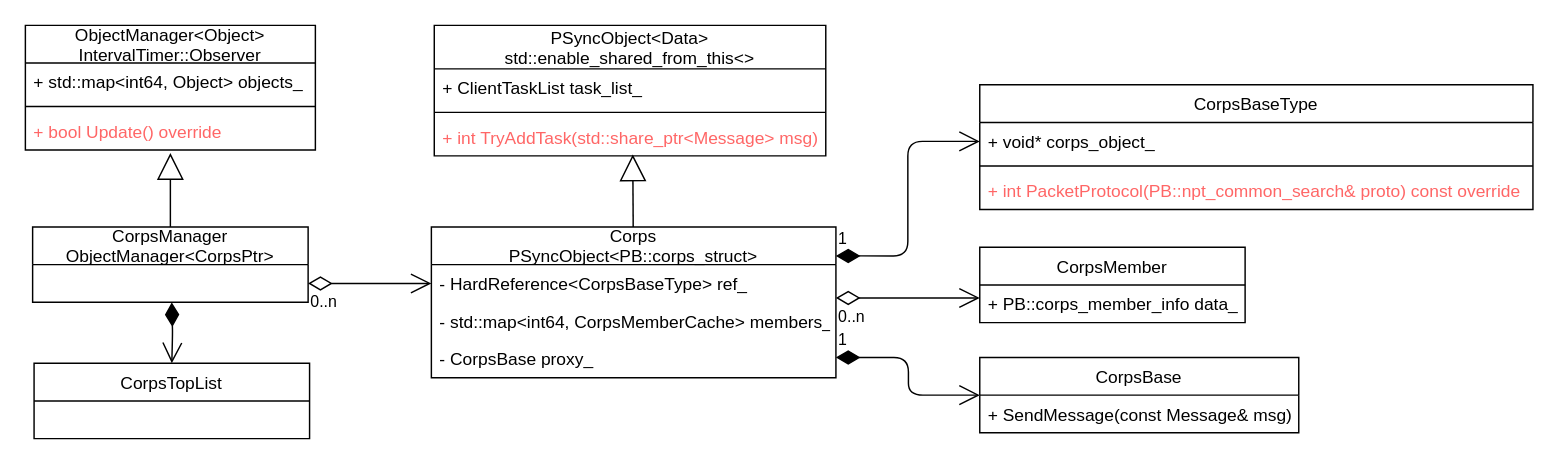
This is page "Page-2" (2 of 4) of Untitled Diagram.drawio from hsoul/lqua, a draw.io file, before an edit. Source tidied: cells renumbered, new cells numbered last; positions are measured from the earlier drawing's top-left corner, leaving out a move shared by most shapes. Both pictures are drawn from the tidied source at 145%, with x=0, y=0 at pixel (25, 25).
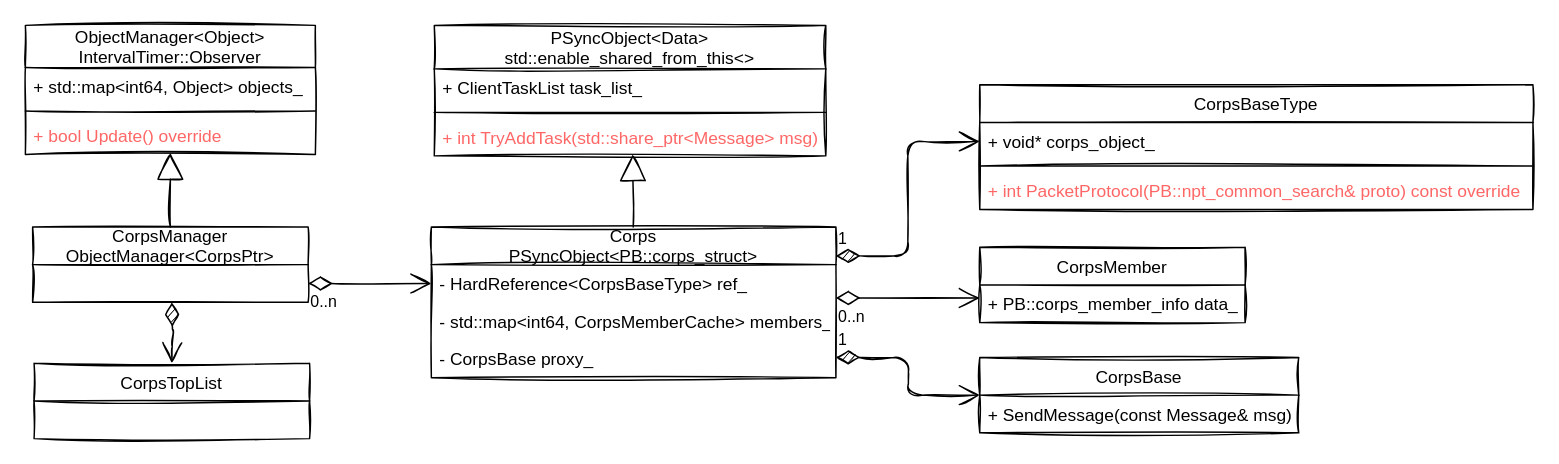
The same page after the edit.

Diff of the diagram source:
```diff
@@
-    <mxCell id="2" value="Corps&#10;PSyncObject&lt;PB::corps_struct&gt;" style="swimlane;fontStyle=0;horizontal=1;startSize=26;fillColor=none;shadow=0;fontFamily=Helvetica;fontSize=12;align=center;" parent="1" vertex="1">
+    <mxCell id="2" value="Corps&#10;PSyncObject&lt;PB::corps_struct&gt;" style="swimlane;fontStyle=0;horizontal=1;startSize=26;fillColor=none;shadow=0;fontFamily=Helvetica;fontSize=12;align=center;sketch=1;" parent="1" vertex="1">
       <mxGeometry x="280" y="139" width="279" height="104" as="geometry" />
     </mxCell>
-    <mxCell id="3" value="- HardReference&lt;CorpsBaseType&gt; ref_" style="text;strokeColor=none;fillColor=none;align=left;verticalAlign=top;spacingLeft=4;spacingRight=4;overflow=hidden;fontColor=#000000;" parent="2" vertex="1">
+    <mxCell id="3" value="- HardReference&lt;CorpsBaseType&gt; ref_" style="text;strokeColor=none;fillColor=none;align=left;verticalAlign=top;spacingLeft=4;spacingRight=4;overflow=hidden;fontColor=#000000;sketch=1;" parent="2" vertex="1">
       <mxGeometry y="26" width="279" height="26" as="geometry" />
     </mxCell>
-    <mxCell id="4" value="- std::map&lt;int64, CorpsMemberCache&gt; members_" style="text;strokeColor=none;fillColor=none;align=left;verticalAlign=top;spacingLeft=4;spacingRight=4;overflow=hidden;fontColor=#000000;" parent="2" vertex="1">
+    <mxCell id="4" value="- std::map&lt;int64, CorpsMemberCache&gt; members_" style="text;strokeColor=none;fillColor=none;align=left;verticalAlign=top;spacingLeft=4;spacingRight=4;overflow=hidden;fontColor=#000000;sketch=1;" parent="2" vertex="1">
       <mxGeometry y="52" width="279" height="26" as="geometry" />
     </mxCell>
-    <mxCell id="5" value="- CorpsBase proxy_" style="text;strokeColor=none;fillColor=none;align=left;verticalAlign=top;spacingLeft=4;spacingRight=4;overflow=hidden;fontColor=#000000;" parent="2" vertex="1">
+    <mxCell id="5" value="- CorpsBase proxy_" style="text;strokeColor=none;fillColor=none;align=left;verticalAlign=top;spacingLeft=4;spacingRight=4;overflow=hidden;fontColor=#000000;sketch=1;" parent="2" vertex="1">
       <mxGeometry y="78" width="279" height="26" as="geometry" />
     </mxCell>
-    <mxCell id="6" value="PSyncObject&lt;Data&gt;&#10;std::enable_shared_from_this&lt;&gt;" style="swimlane;fontStyle=0;horizontal=1;startSize=30;shadow=0;fontFamily=Helvetica;fontSize=12;align=center;" parent="1" vertex="1">
+    <mxCell id="6" value="PSyncObject&lt;Data&gt;&#10;std::enable_shared_from_this&lt;&gt;" style="swimlane;fontStyle=0;horizontal=1;startSize=30;shadow=0;fontFamily=Helvetica;fontSize=12;align=center;sketch=1;" parent="1" vertex="1">
       <mxGeometry x="282" width="270" height="90" as="geometry" />
     </mxCell>
-    <mxCell id="7" value="+ ClientTaskList task_list_" style="text;strokeColor=none;fillColor=none;align=left;verticalAlign=top;spacingLeft=4;spacingRight=4;overflow=hidden;" parent="6" vertex="1">
+    <mxCell id="7" value="+ ClientTaskList task_list_" style="text;strokeColor=none;fillColor=none;align=left;verticalAlign=top;spacingLeft=4;spacingRight=4;overflow=hidden;sketch=1;" parent="6" vertex="1">
       <mxGeometry y="30" width="270" height="26" as="geometry" />
     </mxCell>
-    <mxCell id="8" style="line;strokeWidth=1;fillColor=none;align=left;verticalAlign=middle;spacingTop=-1;spacingLeft=3;spacingRight=3;labelPosition=right;fontColor=#000000;" parent="6" vertex="1">
+    <mxCell id="8" style="line;strokeWidth=1;fillColor=none;align=left;verticalAlign=middle;spacingTop=-1;spacingLeft=3;spacingRight=3;labelPosition=right;fontColor=#000000;sketch=1;" parent="6" vertex="1">
       <mxGeometry y="56" width="270" height="8" as="geometry" />
     </mxCell>
-    <mxCell id="9" value="+ int TryAddTask(std::share_ptr&lt;Message&gt; msg)" style="text;strokeColor=none;fillColor=none;align=left;verticalAlign=top;spacingLeft=4;spacingRight=4;overflow=hidden;points=[[0,0.5],[1,0.5]];portConstraint=eastwest;fontColor=#FF6666;" parent="6" vertex="1">
+    <mxCell id="9" value="+ int TryAddTask(std::share_ptr&lt;Message&gt; msg)" style="text;strokeColor=none;fillColor=none;align=left;verticalAlign=top;spacingLeft=4;spacingRight=4;overflow=hidden;points=[[0,0.5],[1,0.5]];portConstraint=eastwest;fontColor=#FF6666;sketch=1;" parent="6" vertex="1">
       <mxGeometry y="64" width="270" height="26" as="geometry" />
     </mxCell>
-    <mxCell id="10" value="CorpsManager&#10;ObjectManager&lt;CorpsPtr&gt;" style="swimlane;fontStyle=0;horizontal=1;startSize=26;fillColor=none;shadow=0;fontFamily=Helvetica;fontSize=12;align=center;" parent="1" vertex="1">
+    <mxCell id="10" value="CorpsManager&#10;ObjectManager&lt;CorpsPtr&gt;" style="swimlane;fontStyle=0;horizontal=1;startSize=26;fillColor=none;shadow=0;fontFamily=Helvetica;fontSize=12;align=center;sketch=1;" parent="1" vertex="1">
       <mxGeometry x="5" y="139" width="190" height="52" as="geometry" />
     </mxCell>
-    <mxCell id="11" value="CorpsBaseType" style="swimlane;fontStyle=0;horizontal=1;startSize=26;fillColor=none;shadow=0;fontFamily=Helvetica;fontSize=12;align=center;" parent="1" vertex="1">
+    <mxCell id="11" value="CorpsBaseType" style="swimlane;fontStyle=0;horizontal=1;startSize=26;fillColor=none;shadow=0;fontFamily=Helvetica;fontSize=12;align=center;sketch=1;" parent="1" vertex="1">
       <mxGeometry x="658.2" y="41" width="381.5" height="86" as="geometry" />
     </mxCell>
-    <mxCell id="12" value="+ void* corps_object_" style="text;strokeColor=none;fillColor=none;align=left;verticalAlign=top;spacingLeft=4;spacingRight=4;overflow=hidden;points=[[0,0.5],[1,0.5]];portConstraint=eastwest;fontColor=#000000;" parent="11" vertex="1">
+    <mxCell id="12" value="+ void* corps_object_" style="text;strokeColor=none;fillColor=none;align=left;verticalAlign=top;spacingLeft=4;spacingRight=4;overflow=hidden;points=[[0,0.5],[1,0.5]];portConstraint=eastwest;fontColor=#000000;sketch=1;" parent="11" vertex="1">
       <mxGeometry y="26" width="381.5" height="26" as="geometry" />
     </mxCell>
-    <mxCell id="13" style="line;strokeWidth=1;fillColor=none;align=left;verticalAlign=middle;spacingTop=-1;spacingLeft=3;spacingRight=3;labelPosition=right;fontColor=#000000;" parent="11" vertex="1">
+    <mxCell id="13" style="line;strokeWidth=1;fillColor=none;align=left;verticalAlign=middle;spacingTop=-1;spacingLeft=3;spacingRight=3;labelPosition=right;fontColor=#000000;sketch=1;" parent="11" vertex="1">
       <mxGeometry y="52" width="381.5" height="8" as="geometry" />
     </mxCell>
-    <mxCell id="14" value="+ int PacketProtocol(PB::npt_common_search&amp; proto) const override" style="text;strokeColor=none;fillColor=none;align=left;verticalAlign=top;spacingLeft=4;spacingRight=4;overflow=hidden;fontColor=#FF6666;" parent="11" vertex="1">
+    <mxCell id="14" value="+ int PacketProtocol(PB::npt_common_search&amp; proto) const override" style="text;strokeColor=none;fillColor=none;align=left;verticalAlign=top;spacingLeft=4;spacingRight=4;overflow=hidden;fontColor=#FF6666;sketch=1;" parent="11" vertex="1">
       <mxGeometry y="60" width="381.5" height="26" as="geometry" />
     </mxCell>
-    <mxCell id="15" value="CorpsBase" style="swimlane;fontStyle=0;horizontal=1;startSize=26;fillColor=none;shadow=0;fontFamily=Helvetica;fontSize=12;align=center;" parent="1" vertex="1">
+    <mxCell id="15" value="CorpsBase" style="swimlane;fontStyle=0;horizontal=1;startSize=26;fillColor=none;shadow=0;fontFamily=Helvetica;fontSize=12;align=center;sketch=1;" parent="1" vertex="1">
       <mxGeometry x="658.2" y="229" width="220" height="52" as="geometry" />
     </mxCell>
-    <mxCell id="16" value="+ SendMessage(const Message&amp; msg)" style="text;strokeColor=none;fillColor=none;align=left;verticalAlign=top;spacingLeft=4;spacingRight=4;overflow=hidden;fontColor=#000000;" parent="15" vertex="1">
+    <mxCell id="16" value="+ SendMessage(const Message&amp; msg)" style="text;strokeColor=none;fillColor=none;align=left;verticalAlign=top;spacingLeft=4;spacingRight=4;overflow=hidden;fontColor=#000000;sketch=1;" parent="15" vertex="1">
       <mxGeometry y="26" width="220" height="26" as="geometry" />
     </mxCell>
-    <mxCell id="17" value="CorpsMember" style="swimlane;fontStyle=0;horizontal=1;startSize=26;fillColor=none;shadow=0;fontFamily=Helvetica;fontSize=12;align=center;" parent="1" vertex="1">
+    <mxCell id="17" value="CorpsMember" style="swimlane;fontStyle=0;horizontal=1;startSize=26;fillColor=none;shadow=0;fontFamily=Helvetica;fontSize=12;align=center;sketch=1;" parent="1" vertex="1">
       <mxGeometry x="658.2" y="153" width="183" height="52" as="geometry" />
     </mxCell>
-    <mxCell id="18" value="+ PB::corps_member_info data_" style="text;strokeColor=none;fillColor=none;align=left;verticalAlign=top;spacingLeft=4;spacingRight=4;overflow=hidden;fontColor=#000000;" parent="17" vertex="1">
+    <mxCell id="18" value="+ PB::corps_member_info data_" style="text;strokeColor=none;fillColor=none;align=left;verticalAlign=top;spacingLeft=4;spacingRight=4;overflow=hidden;fontColor=#000000;sketch=1;" parent="17" vertex="1">
       <mxGeometry y="26" width="183" height="26" as="geometry" />
     </mxCell>
-    <mxCell id="19" value="ObjectManager&lt;Object&gt;&#10;IntervalTimer::Observer" style="swimlane;fontStyle=0;horizontal=1;startSize=26;fillColor=none;shadow=0;fontFamily=Helvetica;fontSize=12;align=center;" parent="1" vertex="1">
-      <mxGeometry width="200" height="86" as="geometry" />
+    <mxCell id="19" value="ObjectManager&lt;Object&gt;&#10;IntervalTimer::Observer" style="swimlane;fontStyle=0;horizontal=1;startSize=29;fillColor=none;shadow=0;fontFamily=Helvetica;fontSize=12;align=center;sketch=1;" parent="1" vertex="1">
+      <mxGeometry width="200" height="89" as="geometry" />
     </mxCell>
-    <mxCell id="20" value="+ std::map&lt;int64, Object&gt; objects_" style="text;strokeColor=none;fillColor=none;align=left;verticalAlign=top;spacingLeft=4;spacingRight=4;overflow=hidden;" parent="19" vertex="1">
-      <mxGeometry y="26" width="200" height="26" as="geometry" />
+    <mxCell id="20" value="+ std::map&lt;int64, Object&gt; objects_" style="text;strokeColor=none;fillColor=none;align=left;verticalAlign=top;spacingLeft=4;spacingRight=4;overflow=hidden;sketch=1;" parent="19" vertex="1">
+      <mxGeometry y="29" width="200" height="26" as="geometry" />
     </mxCell>
-    <mxCell id="21" style="line;strokeWidth=1;fillColor=none;align=left;verticalAlign=middle;spacingTop=-1;spacingLeft=3;spacingRight=3;labelPosition=right;" parent="19" vertex="1">
-      <mxGeometry y="52" width="200" height="8" as="geometry" />
+    <mxCell id="21" style="line;strokeWidth=1;fillColor=none;align=left;verticalAlign=middle;spacingTop=-1;spacingLeft=3;spacingRight=3;labelPosition=right;sketch=1;" parent="19" vertex="1">
+      <mxGeometry y="55" width="200" height="8" as="geometry" />
     </mxCell>
-    <mxCell id="22" value="+ bool Update() override" style="text;strokeColor=none;fillColor=none;align=left;verticalAlign=top;spacingLeft=4;spacingRight=4;overflow=hidden;fontColor=#FF6666;" parent="19" vertex="1">
-      <mxGeometry y="60" width="200" height="26" as="geometry" />
+    <mxCell id="22" value="+ bool Update() override" style="text;strokeColor=none;fillColor=none;align=left;verticalAlign=top;spacingLeft=4;spacingRight=4;overflow=hidden;fontColor=#FF6666;sketch=1;" parent="19" vertex="1">
+      <mxGeometry y="63" width="200" height="26" as="geometry" />
     </mxCell>
-    <mxCell id="23" style="endArrow=block;endSize=16;endFill=0;html=1;exitX=0.5;exitY=0;exitDx=0;exitDy=0;" parent="1" edge="1" source="10">
+    <mxCell id="23" style="endArrow=block;endSize=16;endFill=0;html=1;exitX=0.5;exitY=0;exitDx=0;exitDy=0;sketch=1;" parent="1" edge="1" source="10">
       <mxGeometry relative="1" as="geometry">
         <mxPoint x="100" y="88" as="targetPoint" />
       </mxGeometry>
     </mxCell>
-    <mxCell id="24" style="endArrow=block;endSize=16;endFill=0;html=1;entryX=0.507;entryY=0.962;entryDx=0;entryDy=0;entryPerimeter=0;" parent="1" edge="1" source="2" target="9">
+    <mxCell id="24" style="endArrow=block;endSize=16;endFill=0;html=1;entryX=0.507;entryY=0.962;entryDx=0;entryDy=0;entryPerimeter=0;sketch=1;" parent="1" edge="1" source="2" target="9">
       <mxGeometry relative="1" as="geometry" />
     </mxCell>
-    <mxCell id="25" style="endArrow=open;html=1;endSize=12;startArrow=diamondThin;startSize=14;startFill=0;edgeStyle=orthogonalEdgeStyle;exitX=1;exitY=0.5;exitDx=0;exitDy=0;entryX=0;entryY=0.5;entryDx=0;entryDy=0;" parent="1" edge="1">
+    <mxCell id="25" style="endArrow=open;html=1;endSize=12;startArrow=diamondThin;startSize=14;startFill=0;edgeStyle=orthogonalEdgeStyle;exitX=1;exitY=0.5;exitDx=0;exitDy=0;entryX=0;entryY=0.5;entryDx=0;entryDy=0;sketch=1;" parent="1" edge="1">
       <mxGeometry relative="1" as="geometry">
         <mxPoint x="195" y="178" as="sourcePoint" />
         <mxPoint x="280" y="178" as="targetPoint" />
       </mxGeometry>
     </mxCell>
-    <mxCell id="26" value="0..n" style="edgeLabel;html=1;align=left;verticalAlign=top;" parent="25" vertex="1">
+    <mxCell id="26" value="0..n" style="edgeLabel;html=1;align=left;verticalAlign=top;sketch=1;" parent="25" vertex="1">
       <mxGeometry x="-1" relative="1" as="geometry" />
     </mxCell>
-    <mxCell id="27" style="endArrow=open;html=1;endSize=12;startArrow=diamondThin;startSize=14;startFill=0;edgeStyle=orthogonalEdgeStyle;entryX=0;entryY=0.75;entryDx=0;entryDy=0;" parent="1" edge="1">
+    <mxCell id="27" style="endArrow=open;html=1;endSize=12;startArrow=diamondThin;startSize=14;startFill=0;edgeStyle=orthogonalEdgeStyle;entryX=0;entryY=0.75;entryDx=0;entryDy=0;sketch=1;" parent="1" edge="1">
       <mxGeometry relative="1" as="geometry">
         <mxPoint x="559" y="188" as="sourcePoint" />
         <mxPoint x="658.2" y="188" as="targetPoint" />
         <Array as="points">
           <mxPoint x="559" y="188" />
           <mxPoint x="559" y="188" />
         </Array>
       </mxGeometry>
     </mxCell>
-    <mxCell id="28" value="0..n" style="edgeLabel;html=1;align=left;verticalAlign=top;" parent="27" vertex="1">
+    <mxCell id="28" value="0..n" style="edgeLabel;html=1;align=left;verticalAlign=top;sketch=1;" parent="27" vertex="1">
       <mxGeometry x="-1" relative="1" as="geometry" />
     </mxCell>
-    <mxCell id="29" value="CorpsTopList" style="swimlane;fontStyle=0;horizontal=1;startSize=26;fillColor=none;shadow=0;fontFamily=Helvetica;fontSize=12;align=center;" parent="1" vertex="1">
+    <mxCell id="29" value="CorpsTopList" style="swimlane;fontStyle=0;horizontal=1;startSize=26;fillColor=none;shadow=0;fontFamily=Helvetica;fontSize=12;align=center;sketch=1;" parent="1" vertex="1">
       <mxGeometry x="6" y="233" width="190" height="52" as="geometry" />
     </mxCell>
-    <mxCell id="30" style="endArrow=open;html=1;endSize=12;startArrow=diamondThin;startSize=14;startFill=1;edgeStyle=orthogonalEdgeStyle;align=left;verticalAlign=bottom;fontColor=#000000;exitX=0.505;exitY=1;exitDx=0;exitDy=0;exitPerimeter=0;entryX=0.5;entryY=0;entryDx=0;entryDy=0;" parent="1" edge="1" target="29">
+    <mxCell id="30" style="endArrow=open;html=1;endSize=12;startArrow=diamondThin;startSize=14;startFill=1;edgeStyle=orthogonalEdgeStyle;align=left;verticalAlign=bottom;fontColor=#000000;exitX=0.505;exitY=1;exitDx=0;exitDy=0;exitPerimeter=0;entryX=0.5;entryY=0;entryDx=0;entryDy=0;sketch=1;" parent="1" edge="1" target="29">
       <mxGeometry x="-0.25" y="20" relative="1" as="geometry">
         <mxPoint x="101" y="191" as="sourcePoint" />
       </mxGeometry>
     </mxCell>
-    <mxCell id="31" value="1" style="endArrow=open;html=1;endSize=12;startArrow=diamondThin;startSize=14;startFill=1;edgeStyle=orthogonalEdgeStyle;align=left;verticalAlign=bottom;fontColor=#000000;entryX=0;entryY=0.5;entryDx=0;entryDy=0;" parent="1" edge="1" target="15">
+    <mxCell id="31" value="1" style="endArrow=open;html=1;endSize=12;startArrow=diamondThin;startSize=14;startFill=1;edgeStyle=orthogonalEdgeStyle;align=left;verticalAlign=bottom;fontColor=#000000;entryX=0;entryY=0.5;entryDx=0;entryDy=0;sketch=1;" parent="1" edge="1" target="15">
       <mxGeometry x="-1" y="3" relative="1" as="geometry">
         <mxPoint x="559" y="229" as="sourcePoint" />
         <Array as="points">
           <mxPoint x="559" y="229" />
           <mxPoint x="609" y="229" />
           <mxPoint x="609" y="255" />
         </Array>
       </mxGeometry>
     </mxCell>
-    <mxCell id="32" value="1" style="endArrow=open;html=1;endSize=12;startArrow=diamondThin;startSize=14;startFill=1;edgeStyle=orthogonalEdgeStyle;align=left;verticalAlign=bottom;fontColor=#000000;entryX=0;entryY=0.5;entryDx=0;entryDy=0;exitX=1;exitY=0.192;exitDx=0;exitDy=0;exitPerimeter=0;" parent="1" edge="1" source="2" target="12">
+    <mxCell id="32" value="1" style="endArrow=open;html=1;endSize=12;startArrow=diamondThin;startSize=14;startFill=1;edgeStyle=orthogonalEdgeStyle;align=left;verticalAlign=bottom;fontColor=#000000;entryX=0;entryY=0.5;entryDx=0;entryDy=0;exitX=1;exitY=0.192;exitDx=0;exitDy=0;exitPerimeter=0;sketch=1;" parent="1" edge="1" source="2" target="12">
       <mxGeometry x="-1" y="3" relative="1" as="geometry" />
     </mxCell>
```
